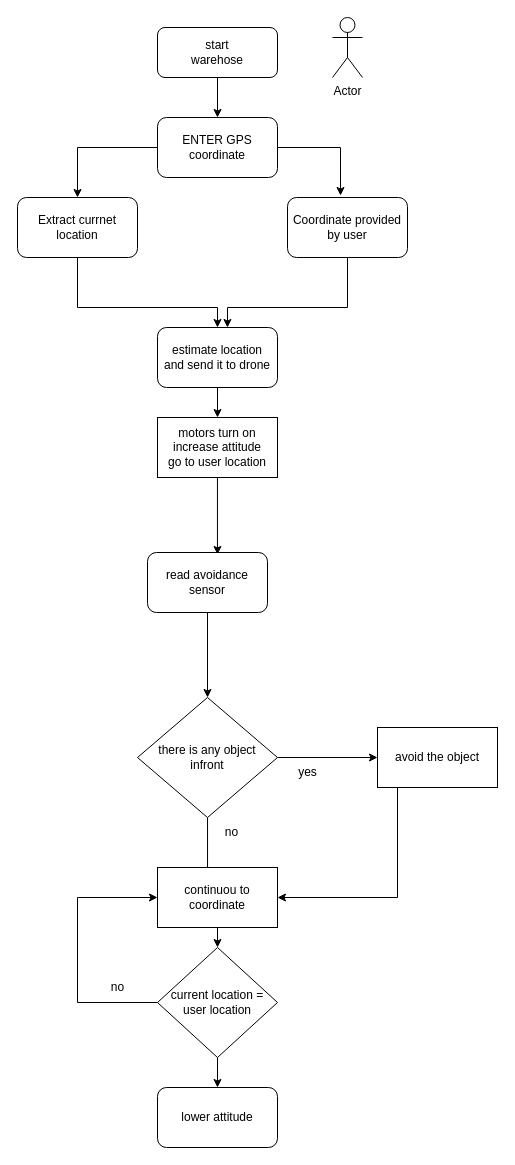
Mr-koanti/Mr-koanti.github.io keeps this draw.io diagram as Untitled Diagram.drawio. Above is the earlier version. Source tidied: cells renumbered, new cells numbered last; positions are measured from the earlier drawing's top-left corner, leaving out a move shared by most shapes. Both pictures are drawn from the tidied source at 100%, with x=0, y=0 at pixel (17, 17).
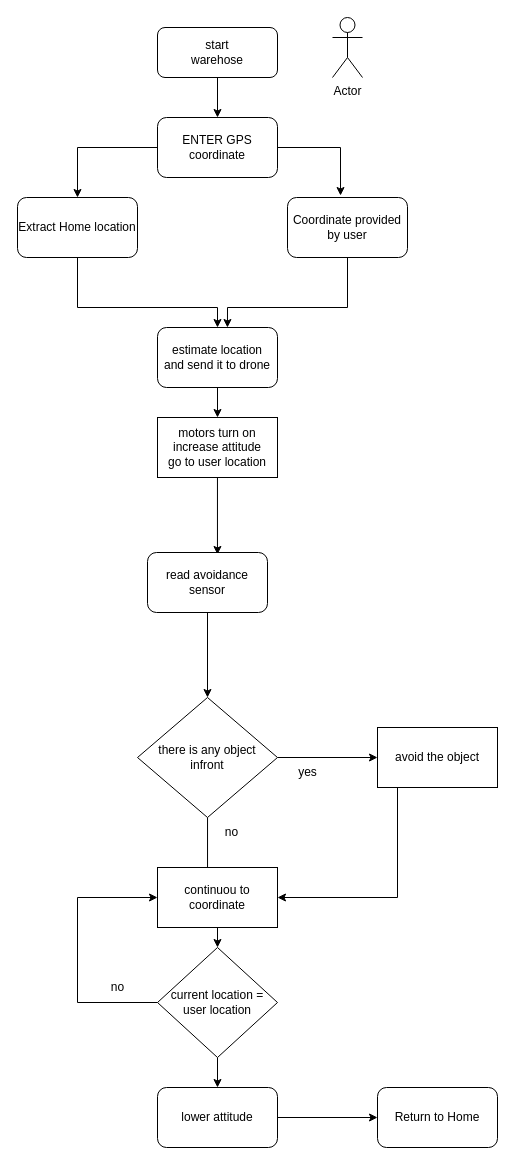
The same page after the edit.

Unchanged cells that the change refers to:
```xml
<mxCell id="31" value="lower attitude " style="rounded=1;whiteSpace=wrap;html=1;" parent="1" vertex="1">
  <mxGeometry x="140" y="1070" width="120" height="60" as="geometry" />
</mxCell>
```

Change to the diagram source:
```diff
@@
-    <mxCell id="10" value="Extract currnet location" style="rounded=1;whiteSpace=wrap;html=1;" parent="1" vertex="1">
+    <mxCell id="10" value="Extract Home location" style="rounded=1;whiteSpace=wrap;html=1;" parent="1" vertex="1">
       <mxGeometry y="180" width="120" height="60" as="geometry" />
     </mxCell>
@@
+    <mxCell id="32" style="edgeStyle=orthogonalEdgeStyle;rounded=0;jettySize=auto;html=1;" parent="1" edge="1" source="31" target="33">
+      <mxGeometry relative="1" as="geometry" />
+    </mxCell>
@@
+    <mxCell id="33" value="Return to Home" style="rounded=1;whiteSpace=wrap;html=1;" parent="1" vertex="1">
+      <mxGeometry x="360" y="1070" width="120" height="60" as="geometry" />
+    </mxCell>
```
